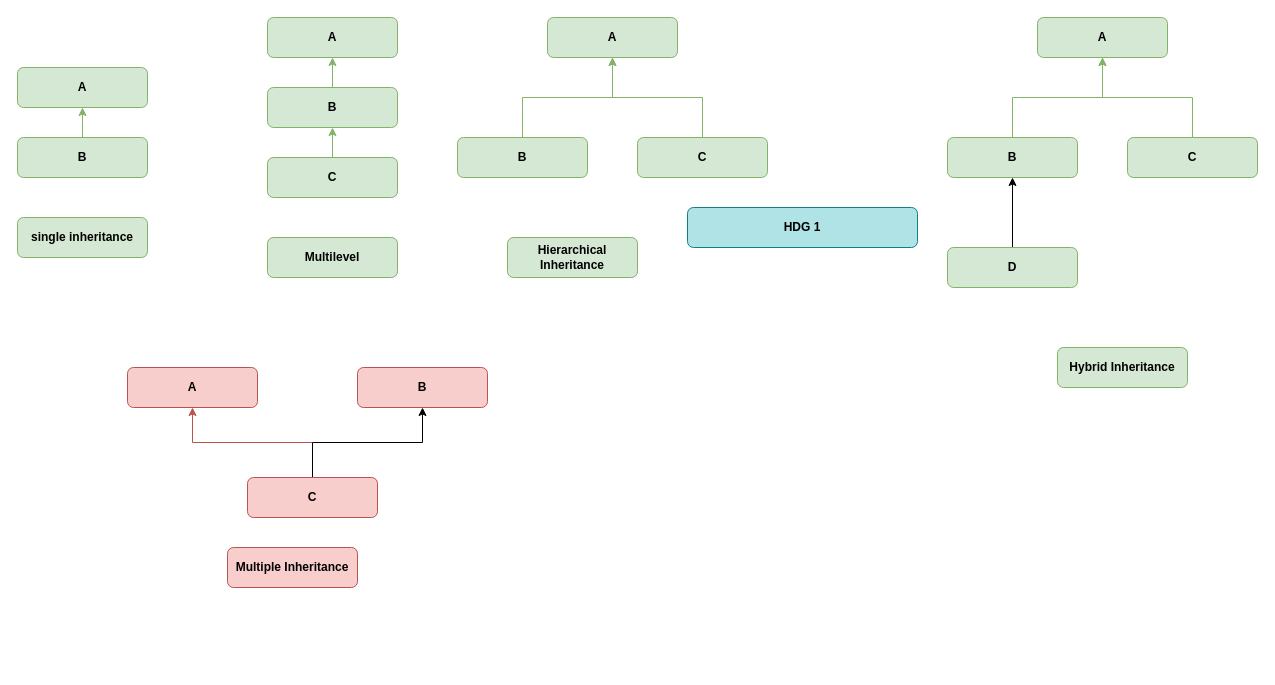
The draw.io diagram page "inheritance" (4 of 9) of Java/dgm java.drawio in PAYHUB310723/PAYGIT, before the edit. Source tidied: cells renumbered, new cells numbered last; positions are measured from the earlier drawing's top-left corner, leaving out a move shared by most shapes. Both pictures are drawn from the tidied source at 100%, with x=0, y=0 at pixel (17, 17).
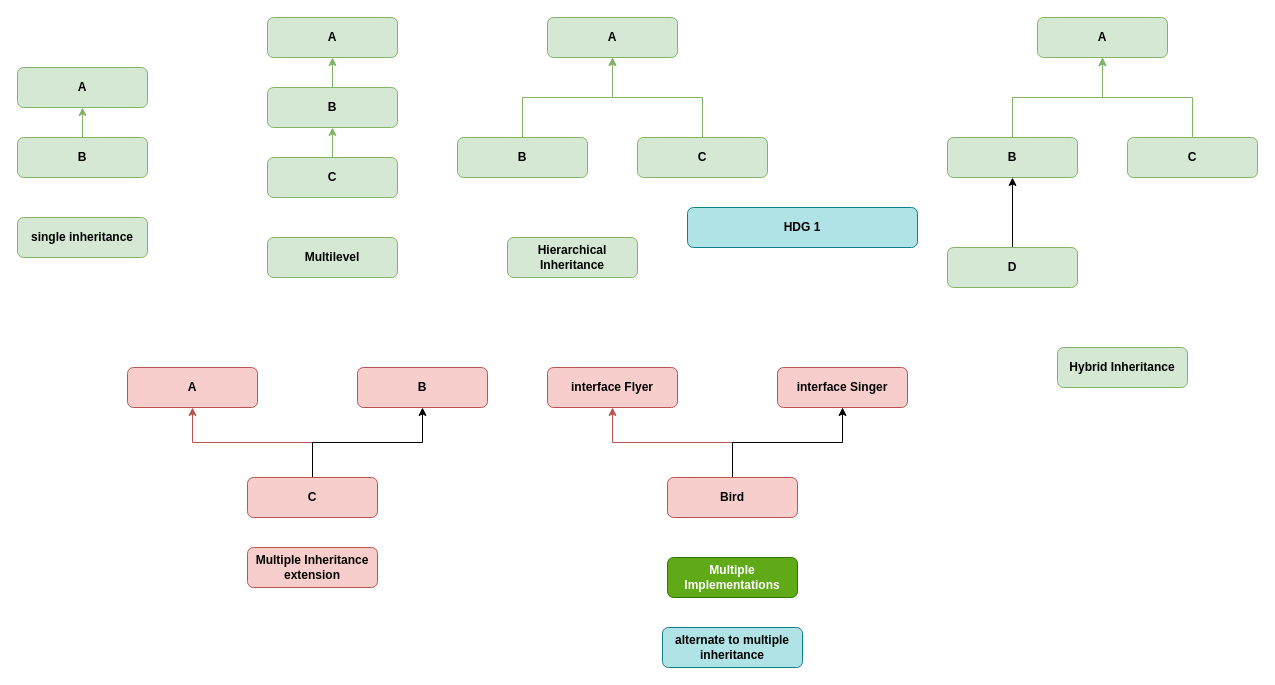
The same diagram, later.

Change to the diagram source:
```diff
@@
-    <mxCell id="18" value="Multiple Inheritance" style="rounded=1;whiteSpace=wrap;html=1;fillColor=#f8cecc;strokeColor=#b85450;fontStyle=1;verticalAlign=middle;" parent="1" vertex="1">
-      <mxGeometry x="210" y="530" width="130" height="40" as="geometry" />
+    <mxCell id="18" value="Multiple Inheritance&lt;br&gt;extension" style="rounded=1;whiteSpace=wrap;html=1;fillColor=#f8cecc;strokeColor=#b85450;fontStyle=1;verticalAlign=middle;" parent="1" vertex="1">
+      <mxGeometry x="230" y="530" width="130" height="40" as="geometry" />
     </mxCell>
@@
+    <mxCell id="33" value="Multiple Implementations" style="rounded=1;whiteSpace=wrap;html=1;fillColor=#60a917;strokeColor=#2D7600;fontStyle=1;verticalAlign=middle;fontColor=#ffffff;" parent="1" vertex="1">
+      <mxGeometry x="650" y="540" width="130" height="40" as="geometry" />
+    </mxCell>
+    <mxCell id="34" value="interface Flyer" style="rounded=1;whiteSpace=wrap;html=1;fillColor=#f8cecc;strokeColor=#b85450;fontStyle=1;verticalAlign=middle;" parent="1" vertex="1">
+      <mxGeometry x="530" y="350" width="130" height="40" as="geometry" />
+    </mxCell>
+    <mxCell id="35" value="interface Singer" style="rounded=1;whiteSpace=wrap;html=1;fillColor=#f8cecc;strokeColor=#b85450;fontStyle=1;verticalAlign=middle;" parent="1" vertex="1">
+      <mxGeometry x="760" y="350" width="130" height="40" as="geometry" />
+    </mxCell>
+    <mxCell id="36" style="edgeStyle=orthogonalEdgeStyle;rounded=0;jettySize=auto;html=1;fillColor=#f8cecc;strokeColor=#b85450;" parent="1" edge="1" source="38" target="34">
+      <mxGeometry relative="1" as="geometry" />
+    </mxCell>
+    <mxCell id="37" style="edgeStyle=orthogonalEdgeStyle;rounded=0;jettySize=auto;html=1;" parent="1" edge="1" source="38" target="35">
+      <mxGeometry relative="1" as="geometry" />
+    </mxCell>
+    <mxCell id="38" value="Bird" style="rounded=1;whiteSpace=wrap;html=1;fillColor=#f8cecc;strokeColor=#b85450;fontStyle=1;verticalAlign=middle;" parent="1" vertex="1">
+      <mxGeometry x="650" y="460" width="130" height="40" as="geometry" />
+    </mxCell>
+    <mxCell id="39" value="alternate to multiple inheritance" style="rounded=1;whiteSpace=wrap;html=1;fillColor=#b0e3e6;strokeColor=#0e8088;fontStyle=1;" parent="1" vertex="1">
+      <mxGeometry x="645" y="610" width="140" height="40" as="geometry" />
+    </mxCell>
```
